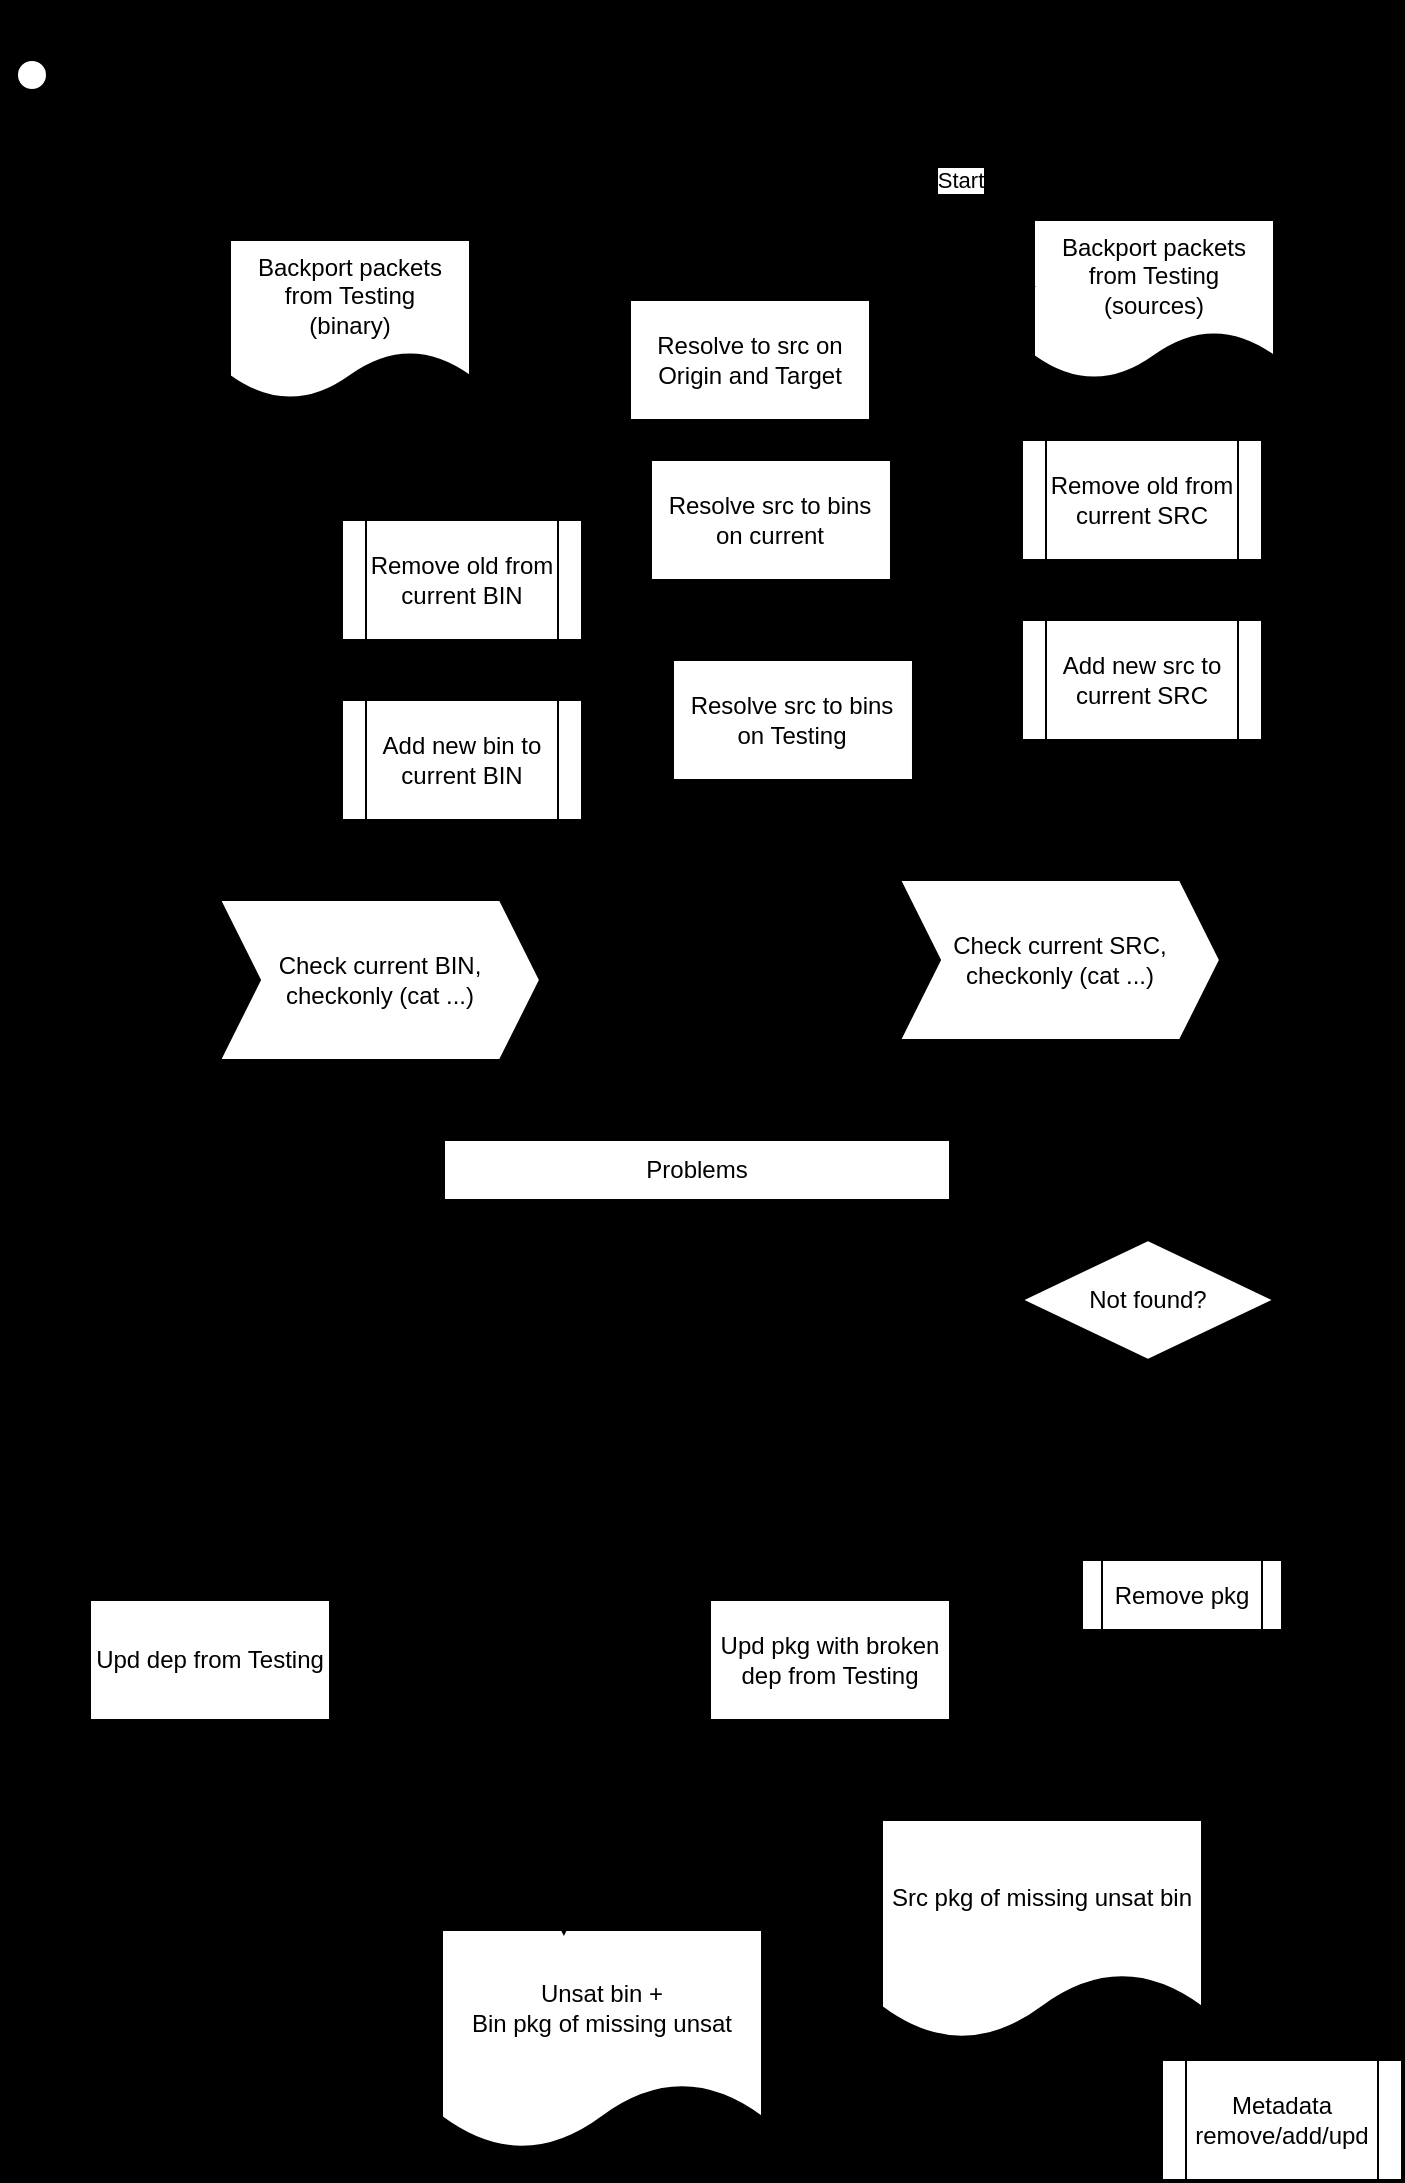
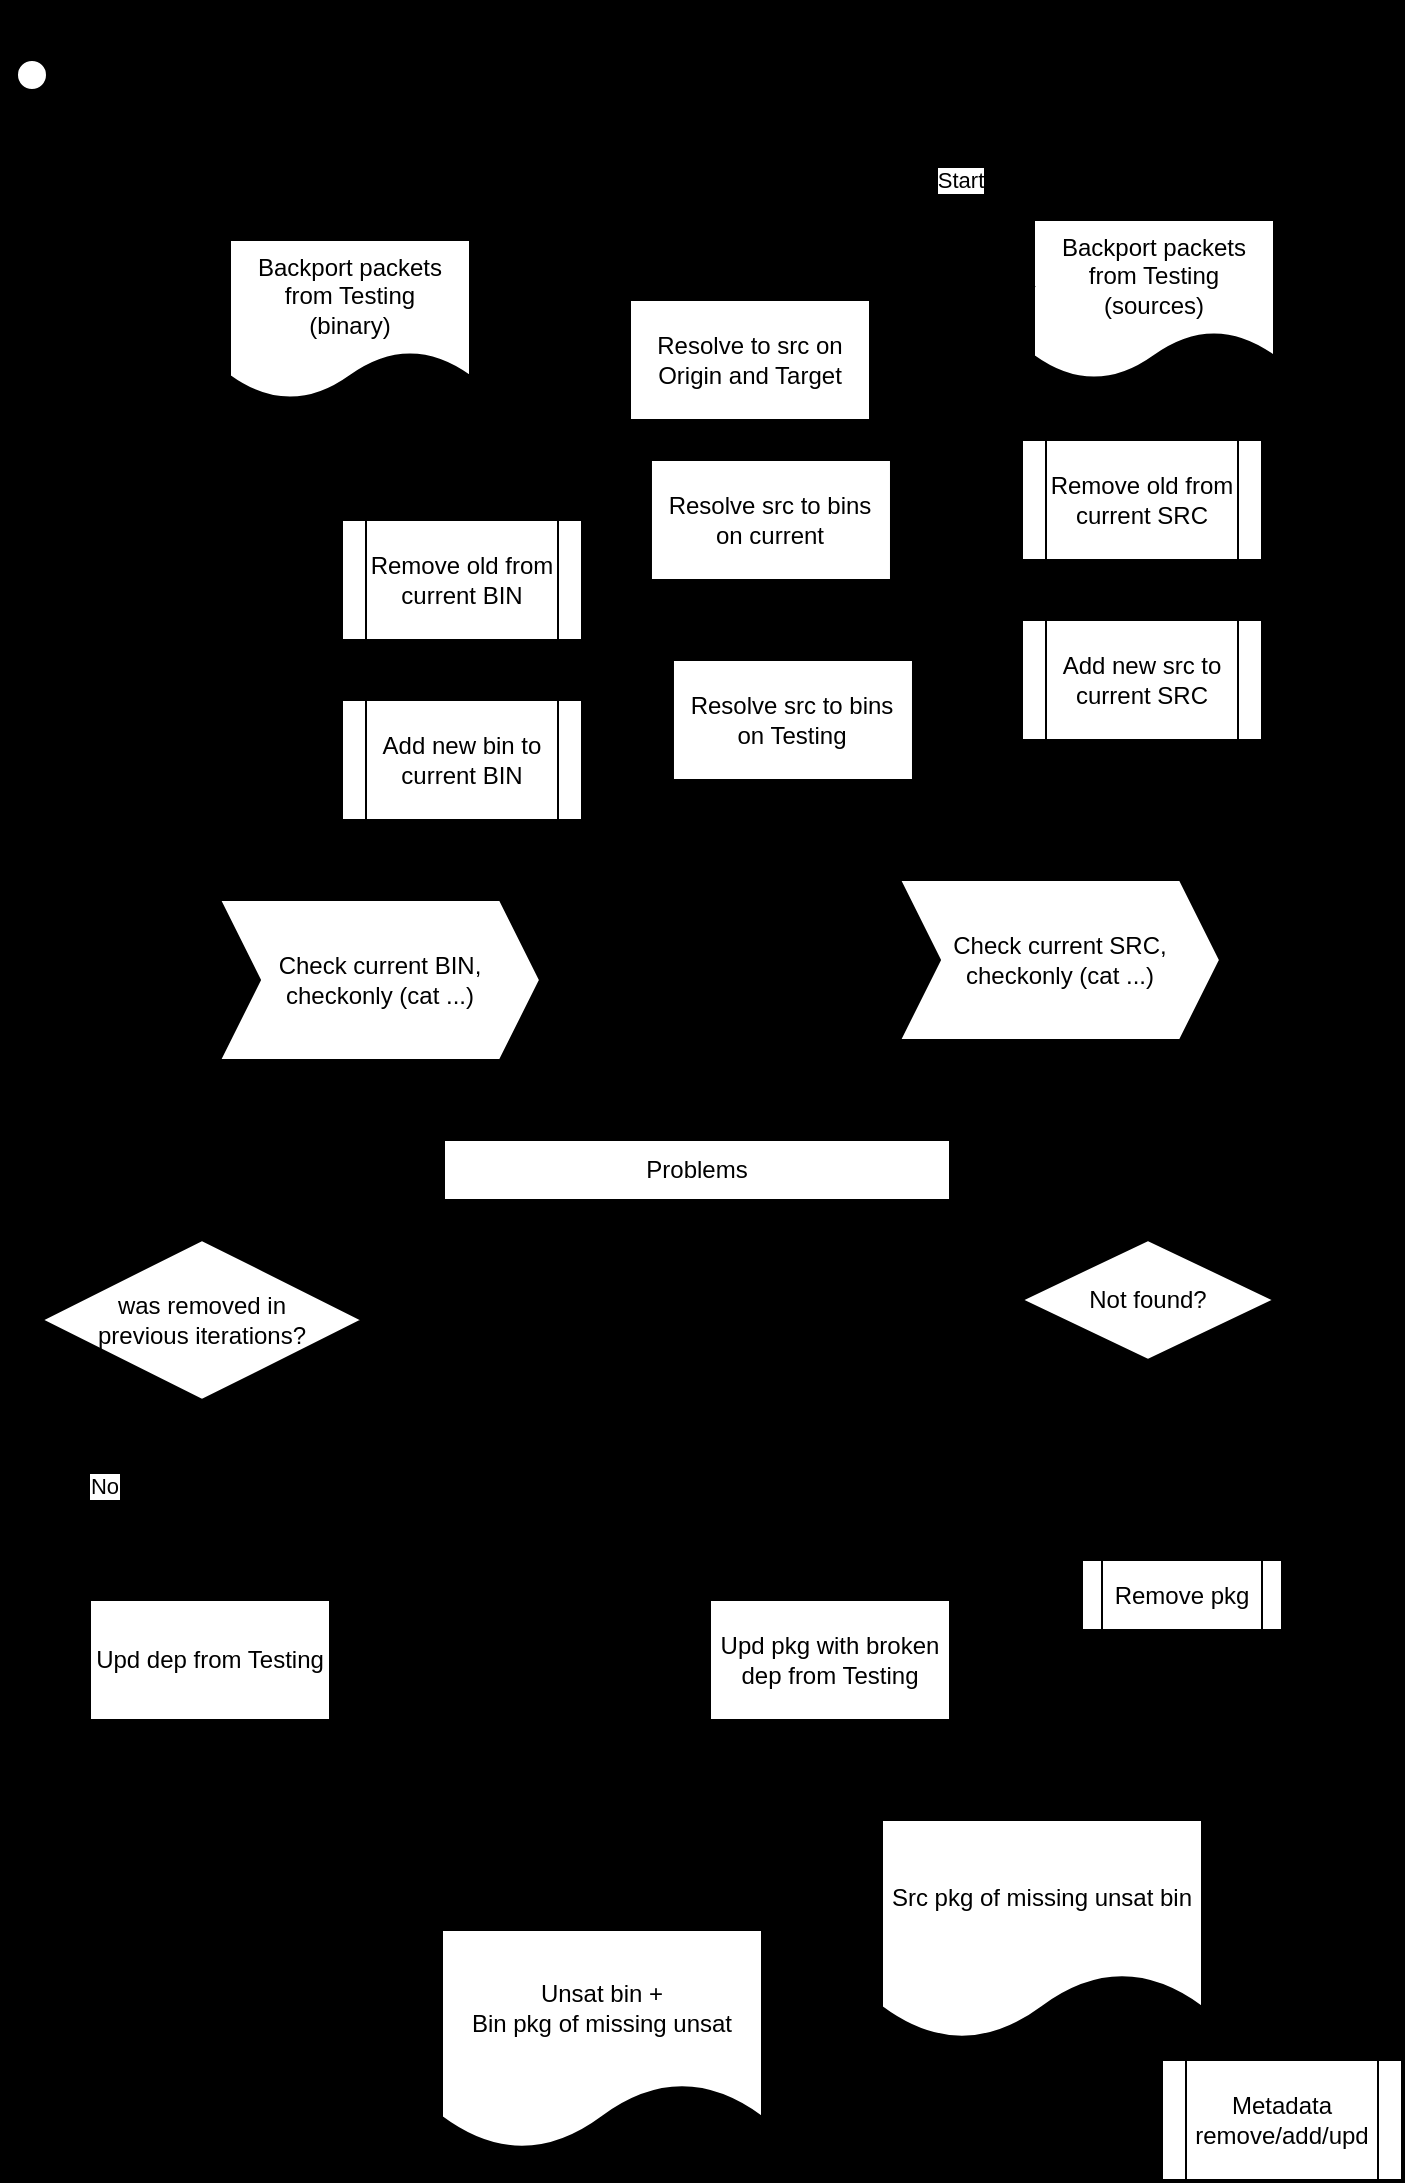
<mxfile host="Electron">
  <diagram id="C5RBs43oDa-KdzZeNtuy" name="Page-1">
-     <mxGraphModel dx="628" dy="374" grid="1" gridSize="10" guides="1" tooltips="1" connect="1" arrows="1" fold="1" page="1" pageScale="1" pageWidth="827" pageHeight="1169" background="light-dark(#000000,#000000)" math="0" shadow="0">
+     <mxGraphModel dx="1088" dy="649" grid="1" gridSize="10" guides="1" tooltips="1" connect="1" arrows="1" fold="1" page="1" pageScale="1" pageWidth="827" pageHeight="1169" background="light-dark(#000000,#000000)" math="0" shadow="0">
      <root>
        <mxCell id="WIyWlLk6GJQsqaUBKTNV-0" />
        <mxCell id="WIyWlLk6GJQsqaUBKTNV-1" parent="WIyWlLk6GJQsqaUBKTNV-0" />
        <mxCell id="BYnsBLyXqSKAvp99Cp04-5" edge="1" parent="WIyWlLk6GJQsqaUBKTNV-1" source="BYnsBLyXqSKAvp99Cp04-3" style="edgeStyle=orthogonalEdgeStyle;rounded=0;orthogonalLoop=1;jettySize=auto;html=1;entryX=1;entryY=0.5;entryDx=0;entryDy=0;labelBackgroundColor=none;fontColor=default;" target="jdkO46tf3qpjO2ybV3Zm-16">
          <mxGeometry relative="1" as="geometry">
            <Array as="points">
              <mxPoint x="700" y="180" />
              <mxPoint x="700" y="370" />
            </Array>
          </mxGeometry>
        </mxCell>
        <mxCell id="BYnsBLyXqSKAvp99Cp04-6" edge="1" parent="WIyWlLk6GJQsqaUBKTNV-1" source="BYnsBLyXqSKAvp99Cp04-3" style="edgeStyle=orthogonalEdgeStyle;rounded=0;orthogonalLoop=1;jettySize=auto;html=1;entryX=0.5;entryY=0;entryDx=0;entryDy=0;labelBackgroundColor=none;fontColor=default;" target="jdkO46tf3qpjO2ybV3Zm-5">
          <mxGeometry relative="1" as="geometry" />
        </mxCell>
        <mxCell id="BYnsBLyXqSKAvp99Cp04-3" parent="WIyWlLk6GJQsqaUBKTNV-1" style="shape=document;whiteSpace=wrap;html=1;boundedLbl=1;labelBackgroundColor=none;" value="Backport packets from Testing&lt;br&gt;(sources)" vertex="1">
          <mxGeometry height="80" width="120" x="566" y="140" as="geometry" />
        </mxCell>
        <mxCell id="jdkO46tf3qpjO2ybV3Zm-0" parent="WIyWlLk6GJQsqaUBKTNV-1" style="shape=umlActor;verticalLabelPosition=bottom;verticalAlign=top;html=1;outlineConnect=0;labelBackgroundColor=none;" value="Actor" vertex="1">
          <mxGeometry height="60" width="30" x="50" y="60" as="geometry" />
        </mxCell>
        <mxCell id="jdkO46tf3qpjO2ybV3Zm-3" edge="1" parent="WIyWlLk6GJQsqaUBKTNV-1" source="jdkO46tf3qpjO2ybV3Zm-1" style="edgeStyle=orthogonalEdgeStyle;rounded=0;orthogonalLoop=1;jettySize=auto;html=1;entryX=0;entryY=0.5;entryDx=0;entryDy=0;labelBackgroundColor=none;fontColor=default;" target="jdkO46tf3qpjO2ybV3Zm-2">
          <mxGeometry relative="1" as="geometry" />
        </mxCell>
        <mxCell id="4IcmTThSWF4IWx9KLtXi-7" edge="1" parent="WIyWlLk6GJQsqaUBKTNV-1" source="jdkO46tf3qpjO2ybV3Zm-1" style="edgeStyle=orthogonalEdgeStyle;rounded=0;orthogonalLoop=1;jettySize=auto;html=1;entryX=0;entryY=0.5;entryDx=0;entryDy=0;labelBackgroundColor=none;fontColor=default;" target="jdkO46tf3qpjO2ybV3Zm-13">
          <mxGeometry relative="1" as="geometry">
            <Array as="points">
              <mxPoint x="170" y="305" />
              <mxPoint x="200" y="305" />
              <mxPoint x="200" y="410" />
            </Array>
          </mxGeometry>
        </mxCell>
        <mxCell id="jdkO46tf3qpjO2ybV3Zm-1" parent="WIyWlLk6GJQsqaUBKTNV-1" style="shape=document;whiteSpace=wrap;html=1;boundedLbl=1;labelBackgroundColor=none;" value="Backport packets from Testing&lt;br&gt;(binary)" vertex="1">
          <mxGeometry height="80" width="120" x="164" y="150" as="geometry" />
        </mxCell>
        <mxCell id="K2joIcQUg46PM5A2mCq8-2" edge="1" parent="WIyWlLk6GJQsqaUBKTNV-1" source="jdkO46tf3qpjO2ybV3Zm-2" style="edgeStyle=orthogonalEdgeStyle;rounded=0;orthogonalLoop=1;jettySize=auto;html=1;exitX=1;exitY=1;exitDx=0;exitDy=0;entryX=1;entryY=0.5;entryDx=0;entryDy=0;dashed=1;labelBackgroundColor=none;fontColor=default;" target="K2joIcQUg46PM5A2mCq8-0">
          <mxGeometry relative="1" as="geometry">
            <Array as="points">
              <mxPoint x="520" y="210" />
              <mxPoint x="520" y="285" />
              <mxPoint x="523" y="285" />
              <mxPoint x="523" y="370" />
            </Array>
          </mxGeometry>
        </mxCell>
        <mxCell id="jdkO46tf3qpjO2ybV3Zm-2" parent="WIyWlLk6GJQsqaUBKTNV-1" style="rounded=0;whiteSpace=wrap;html=1;labelBackgroundColor=none;" value="Resolve to src on Origin and Target" vertex="1">
          <mxGeometry height="60" width="120" x="364" y="180" as="geometry" />
        </mxCell>
        <mxCell id="jdkO46tf3qpjO2ybV3Zm-17" edge="1" parent="WIyWlLk6GJQsqaUBKTNV-1" source="jdkO46tf3qpjO2ybV3Zm-5" style="edgeStyle=orthogonalEdgeStyle;rounded=0;orthogonalLoop=1;jettySize=auto;html=1;entryX=0.5;entryY=0;entryDx=0;entryDy=0;labelBackgroundColor=none;fontColor=default;" target="jdkO46tf3qpjO2ybV3Zm-16">
          <mxGeometry relative="1" as="geometry" />
        </mxCell>
        <mxCell id="jdkO46tf3qpjO2ybV3Zm-5" parent="WIyWlLk6GJQsqaUBKTNV-1" style="shape=process;whiteSpace=wrap;html=1;backgroundOutline=1;labelBackgroundColor=none;" value="Remove old from current SRC" vertex="1">
          <mxGeometry height="60" width="120" x="560" y="250" as="geometry" />
        </mxCell>
        <mxCell id="jdkO46tf3qpjO2ybV3Zm-10" edge="1" parent="WIyWlLk6GJQsqaUBKTNV-1" source="jdkO46tf3qpjO2ybV3Zm-7" style="edgeStyle=orthogonalEdgeStyle;rounded=0;orthogonalLoop=1;jettySize=auto;html=1;entryX=0.5;entryY=0;entryDx=0;entryDy=0;exitX=0.5;exitY=1;exitDx=0;exitDy=0;labelBackgroundColor=none;fontColor=default;" target="jdkO46tf3qpjO2ybV3Zm-9">
          <mxGeometry relative="1" as="geometry" />
        </mxCell>
        <mxCell id="jdkO46tf3qpjO2ybV3Zm-7" parent="WIyWlLk6GJQsqaUBKTNV-1" style="rounded=0;whiteSpace=wrap;html=1;labelBackgroundColor=none;" value="Resolve src to bins on current" vertex="1">
          <mxGeometry height="60" width="120" x="374.49" y="260" as="geometry" />
        </mxCell>
        <mxCell id="jdkO46tf3qpjO2ybV3Zm-8" edge="1" parent="WIyWlLk6GJQsqaUBKTNV-1" source="jdkO46tf3qpjO2ybV3Zm-2" style="edgeStyle=orthogonalEdgeStyle;rounded=0;orthogonalLoop=1;jettySize=auto;html=1;exitX=0.75;exitY=1;exitDx=0;exitDy=0;entryX=0.582;entryY=0;entryDx=0;entryDy=0;entryPerimeter=0;labelBackgroundColor=none;fontColor=default;" target="jdkO46tf3qpjO2ybV3Zm-7">
          <mxGeometry relative="1" as="geometry" />
        </mxCell>
        <mxCell id="jdkO46tf3qpjO2ybV3Zm-14" edge="1" parent="WIyWlLk6GJQsqaUBKTNV-1" source="jdkO46tf3qpjO2ybV3Zm-9" style="edgeStyle=orthogonalEdgeStyle;rounded=0;orthogonalLoop=1;jettySize=auto;html=1;entryX=0.5;entryY=0;entryDx=0;entryDy=0;labelBackgroundColor=none;fontColor=default;" target="jdkO46tf3qpjO2ybV3Zm-13">
          <mxGeometry relative="1" as="geometry" />
        </mxCell>
        <mxCell id="jdkO46tf3qpjO2ybV3Zm-9" parent="WIyWlLk6GJQsqaUBKTNV-1" style="shape=process;whiteSpace=wrap;html=1;backgroundOutline=1;labelBackgroundColor=none;" value="Remove old from current BIN" vertex="1">
          <mxGeometry height="60" width="120" x="220" y="290" as="geometry" />
        </mxCell>
        <mxCell id="jdkO46tf3qpjO2ybV3Zm-49" edge="1" parent="WIyWlLk6GJQsqaUBKTNV-1" source="jdkO46tf3qpjO2ybV3Zm-11" style="edgeStyle=orthogonalEdgeStyle;rounded=0;orthogonalLoop=1;jettySize=auto;html=1;entryX=0.575;entryY=-0.027;entryDx=0;entryDy=0;entryPerimeter=0;labelBackgroundColor=none;fontColor=default;" target="jdkO46tf3qpjO2ybV3Zm-28">
          <mxGeometry relative="1" as="geometry">
            <mxPoint x="579" y="580" as="targetPoint" />
          </mxGeometry>
        </mxCell>
        <mxCell id="jdkO46tf3qpjO2ybV3Zm-11" parent="WIyWlLk6GJQsqaUBKTNV-1" style="shape=step;perimeter=stepPerimeter;whiteSpace=wrap;html=1;fixedSize=1;labelBackgroundColor=none;" value="Check current SRC,&lt;br&gt;checkonly (cat ...)" vertex="1">
          <mxGeometry height="80" width="160" x="499" y="470" as="geometry" />
        </mxCell>
        <mxCell id="jdkO46tf3qpjO2ybV3Zm-36" edge="1" parent="WIyWlLk6GJQsqaUBKTNV-1" source="jdkO46tf3qpjO2ybV3Zm-12" style="edgeStyle=orthogonalEdgeStyle;rounded=0;orthogonalLoop=1;jettySize=auto;html=1;entryX=0.25;entryY=0;entryDx=0;entryDy=0;labelBackgroundColor=none;fontColor=default;" target="jdkO46tf3qpjO2ybV3Zm-28">
          <mxGeometry relative="1" as="geometry" />
        </mxCell>
        <mxCell id="jdkO46tf3qpjO2ybV3Zm-12" parent="WIyWlLk6GJQsqaUBKTNV-1" style="shape=step;perimeter=stepPerimeter;whiteSpace=wrap;html=1;fixedSize=1;labelBackgroundColor=none;" value="Check current BIN,&lt;br&gt;checkonly (cat ...)" vertex="1">
          <mxGeometry height="80" width="160" x="159" y="480" as="geometry" />
        </mxCell>
        <mxCell id="jdkO46tf3qpjO2ybV3Zm-19" edge="1" parent="WIyWlLk6GJQsqaUBKTNV-1" source="jdkO46tf3qpjO2ybV3Zm-13" style="edgeStyle=orthogonalEdgeStyle;rounded=0;orthogonalLoop=1;jettySize=auto;html=1;entryX=0.5;entryY=0;entryDx=0;entryDy=0;labelBackgroundColor=none;fontColor=default;" target="jdkO46tf3qpjO2ybV3Zm-12">
          <mxGeometry relative="1" as="geometry" />
        </mxCell>
        <mxCell id="jdkO46tf3qpjO2ybV3Zm-13" parent="WIyWlLk6GJQsqaUBKTNV-1" style="shape=process;whiteSpace=wrap;html=1;backgroundOutline=1;labelBackgroundColor=none;" value="Add new bin to current BIN" vertex="1">
          <mxGeometry height="60" width="120" x="220" y="380" as="geometry" />
        </mxCell>
        <mxCell id="jdkO46tf3qpjO2ybV3Zm-20" edge="1" parent="WIyWlLk6GJQsqaUBKTNV-1" source="jdkO46tf3qpjO2ybV3Zm-16" style="edgeStyle=orthogonalEdgeStyle;rounded=0;orthogonalLoop=1;jettySize=auto;html=1;labelBackgroundColor=none;fontColor=default;" target="jdkO46tf3qpjO2ybV3Zm-11">
          <mxGeometry relative="1" as="geometry" />
        </mxCell>
        <mxCell id="jdkO46tf3qpjO2ybV3Zm-16" parent="WIyWlLk6GJQsqaUBKTNV-1" style="shape=process;whiteSpace=wrap;html=1;backgroundOutline=1;labelBackgroundColor=none;" value="Add new src to current SRC" vertex="1">
          <mxGeometry height="60" width="120" x="560" y="340" as="geometry" />
        </mxCell>
        <mxCell id="jdkO46tf3qpjO2ybV3Zm-28" parent="WIyWlLk6GJQsqaUBKTNV-1" style="swimlane;fontStyle=0;childLayout=stackLayout;horizontal=1;startSize=30;horizontalStack=0;resizeParent=1;resizeParentMax=0;resizeLast=0;collapsible=1;marginBottom=0;whiteSpace=wrap;html=1;labelBackgroundColor=none;" value="Problems" vertex="1">
          <mxGeometry height="120" width="253" x="271" y="600" as="geometry">
            <mxRectangle height="30" width="90" x="500" y="830" as="alternateBounds" />
          </mxGeometry>
        </mxCell>
        <mxCell id="jdkO46tf3qpjO2ybV3Zm-29" parent="jdkO46tf3qpjO2ybV3Zm-28" style="text;fillColor=none;align=left;verticalAlign=middle;spacingLeft=4;spacingRight=4;overflow=hidden;points=[[0,0.5],[1,0.5]];portConstraint=eastwest;rotatable=0;whiteSpace=wrap;html=1;labelBackgroundColor=none;" value="Testing pkg requires a new dep" vertex="1">
          <mxGeometry height="30" width="253" y="30" as="geometry" />
        </mxCell>
        <mxCell id="jdkO46tf3qpjO2ybV3Zm-30" parent="jdkO46tf3qpjO2ybV3Zm-28" style="text;fillColor=none;align=left;verticalAlign=middle;spacingLeft=4;spacingRight=4;overflow=hidden;points=[[0,0.5],[1,0.5]];portConstraint=eastwest;rotatable=0;whiteSpace=wrap;html=1;labelBackgroundColor=none;" value="Stable pkg requires dep&amp;nbsp; (&amp;lt;= version)" vertex="1">
          <mxGeometry height="30" width="253" y="60" as="geometry" />
        </mxCell>
        <mxCell id="BYnsBLyXqSKAvp99Cp04-0" parent="jdkO46tf3qpjO2ybV3Zm-28" style="text;fillColor=none;align=left;verticalAlign=middle;spacingLeft=4;spacingRight=4;overflow=hidden;points=[[0,0.5],[1,0.5]];portConstraint=eastwest;rotatable=0;whiteSpace=wrap;html=1;labelBackgroundColor=none;" value="Pkg dependent on ABI deps" vertex="1">
          <mxGeometry height="30" width="253" y="90" as="geometry" />
        </mxCell>
        <mxCell id="jdkO46tf3qpjO2ybV3Zm-53" edge="1" parent="WIyWlLk6GJQsqaUBKTNV-1" source="jdkO46tf3qpjO2ybV3Zm-33" style="edgeStyle=orthogonalEdgeStyle;rounded=0;orthogonalLoop=1;jettySize=auto;html=1;entryX=0.25;entryY=0;entryDx=0;entryDy=0;labelBackgroundColor=none;fontColor=default;" target="jdkO46tf3qpjO2ybV3Zm-35">
          <mxGeometry relative="1" as="geometry" />
        </mxCell>
        <mxCell id="jdkO46tf3qpjO2ybV3Zm-33" parent="WIyWlLk6GJQsqaUBKTNV-1" style="rounded=0;whiteSpace=wrap;html=1;labelBackgroundColor=none;" value="Upd dep from Testing" vertex="1">
          <mxGeometry height="60" width="120" x="94" y="830" as="geometry" />
        </mxCell>
-         <mxCell id="jdkO46tf3qpjO2ybV3Zm-54" edge="1" parent="WIyWlLk6GJQsqaUBKTNV-1" source="jdkO46tf3qpjO2ybV3Zm-34" style="edgeStyle=orthogonalEdgeStyle;rounded=0;orthogonalLoop=1;jettySize=auto;html=1;entryX=0.5;entryY=0;entryDx=0;entryDy=0;labelBackgroundColor=none;fontColor=default;" target="jdkO46tf3qpjO2ybV3Zm-35">
+         <mxCell id="jdkO46tf3qpjO2ybV3Zm-54" edge="1" parent="WIyWlLk6GJQsqaUBKTNV-1" source="jdkO46tf3qpjO2ybV3Zm-34" style="edgeStyle=orthogonalEdgeStyle;rounded=0;orthogonalLoop=1;jettySize=auto;html=1;entryX=0.75;entryY=0;entryDx=0;entryDy=0;labelBackgroundColor=none;fontColor=default;" target="jdkO46tf3qpjO2ybV3Zm-35">
          <mxGeometry relative="1" as="geometry" />
        </mxCell>
        <mxCell id="jdkO46tf3qpjO2ybV3Zm-34" parent="WIyWlLk6GJQsqaUBKTNV-1" style="rounded=0;whiteSpace=wrap;html=1;labelBackgroundColor=none;" value="Upd pkg with broken dep from Testing" vertex="1">
          <mxGeometry height="60" width="120" x="404" y="830" as="geometry" />
        </mxCell>
        <mxCell id="jdkO46tf3qpjO2ybV3Zm-52" edge="1" parent="WIyWlLk6GJQsqaUBKTNV-1" source="jdkO46tf3qpjO2ybV3Zm-35" style="edgeStyle=orthogonalEdgeStyle;rounded=0;orthogonalLoop=1;jettySize=auto;html=1;curved=1;entryX=0;entryY=0.5;entryDx=0;entryDy=0;exitX=0;exitY=0.25;exitDx=0;exitDy=0;labelBackgroundColor=none;fontColor=default;" target="jdkO46tf3qpjO2ybV3Zm-1">
          <mxGeometry relative="1" as="geometry">
            <Array as="points">
              <mxPoint x="50" y="1038" />
              <mxPoint x="50" y="190" />
            </Array>
            <mxPoint x="70" y="190" as="targetPoint" />
          </mxGeometry>
        </mxCell>
        <mxCell id="jdkO46tf3qpjO2ybV3Zm-35" parent="WIyWlLk6GJQsqaUBKTNV-1" style="shape=document;whiteSpace=wrap;html=1;boundedLbl=1;labelBackgroundColor=none;" value="Unsat bin +&lt;br&gt;Bin pkg of missing unsat" vertex="1">
          <mxGeometry height="110" width="160" x="270" y="995" as="geometry" />
        </mxCell>
        <mxCell id="jdkO46tf3qpjO2ybV3Zm-37" parent="WIyWlLk6GJQsqaUBKTNV-1" style="text;html=1;whiteSpace=wrap;overflow=hidden;rounded=0;labelBackgroundColor=none;" value="&lt;h1 style=&quot;margin-top: 0px;&quot;&gt;Testing to Stable backport process&lt;/h1&gt;&lt;p&gt;Pre-dose (wanna-debian) is a small set of Python and Bash scripts designed for analyzing and backporting Debian packages from&amp;nbsp;&lt;span style=&quot;background-color: transparent; color: light-dark(rgb(0, 0, 0), rgb(255, 255, 255));&quot;&gt;newer releases (e.g., Sid) to older stable versions (e.g., Trixie or Bookworm).&lt;/span&gt;&lt;/p&gt;" vertex="1">
          <mxGeometry height="120" width="500" x="174" y="30" as="geometry" />
        </mxCell>
        <mxCell id="jdkO46tf3qpjO2ybV3Zm-44" edge="1" parent="WIyWlLk6GJQsqaUBKTNV-1" source="jdkO46tf3qpjO2ybV3Zm-30" style="edgeStyle=orthogonalEdgeStyle;rounded=0;orthogonalLoop=1;jettySize=auto;html=1;entryX=0.5;entryY=0;entryDx=0;entryDy=0;labelBackgroundColor=none;fontColor=default;" target="4IcmTThSWF4IWx9KLtXi-3">
          <mxGeometry relative="1" as="geometry">
            <mxPoint x="500" y="750" as="targetPoint" />
          </mxGeometry>
        </mxCell>
        <mxCell id="jdkO46tf3qpjO2ybV3Zm-61" parent="WIyWlLk6GJQsqaUBKTNV-1" style="shape=process;whiteSpace=wrap;html=1;backgroundOutline=1;labelBackgroundColor=none;" value="Remove pkg" vertex="1">
          <mxGeometry height="35" width="100" x="590" y="810" as="geometry" />
        </mxCell>
        <mxCell id="4IcmTThSWF4IWx9KLtXi-4" edge="1" parent="WIyWlLk6GJQsqaUBKTNV-1" source="4IcmTThSWF4IWx9KLtXi-3" style="edgeStyle=orthogonalEdgeStyle;rounded=0;orthogonalLoop=1;jettySize=auto;html=1;exitX=1;exitY=0.5;exitDx=0;exitDy=0;entryX=0.5;entryY=0;entryDx=0;entryDy=0;labelBackgroundColor=none;fontColor=default;" target="jdkO46tf3qpjO2ybV3Zm-61">
          <mxGeometry relative="1" as="geometry" />
        </mxCell>
        <mxCell id="4IcmTThSWF4IWx9KLtXi-5" connectable="0" parent="4IcmTThSWF4IWx9KLtXi-4" style="edgeLabel;html=1;align=center;verticalAlign=middle;resizable=0;points=[];labelBackgroundColor=none;" value="No" vertex="1">
          <mxGeometry relative="1" x="-0.3169" y="1" as="geometry">
            <mxPoint as="offset" />
          </mxGeometry>
        </mxCell>
        <mxCell id="4IcmTThSWF4IWx9KLtXi-6" edge="1" parent="WIyWlLk6GJQsqaUBKTNV-1" source="4IcmTThSWF4IWx9KLtXi-3" style="edgeStyle=orthogonalEdgeStyle;rounded=0;orthogonalLoop=1;jettySize=auto;html=1;exitX=0.5;exitY=1;exitDx=0;exitDy=0;entryX=0.5;entryY=0;entryDx=0;entryDy=0;labelBackgroundColor=none;fontColor=default;" target="jdkO46tf3qpjO2ybV3Zm-34">
          <mxGeometry relative="1" as="geometry" />
        </mxCell>
        <mxCell id="4IcmTThSWF4IWx9KLtXi-3" parent="WIyWlLk6GJQsqaUBKTNV-1" style="rhombus;whiteSpace=wrap;html=1;labelBackgroundColor=none;" value="Not found?" vertex="1">
          <mxGeometry height="60" width="126" x="560" y="650" as="geometry" />
        </mxCell>
        <mxCell id="4IcmTThSWF4IWx9KLtXi-9" parent="WIyWlLk6GJQsqaUBKTNV-1" style="shape=process;whiteSpace=wrap;html=1;backgroundOutline=1;labelBackgroundColor=none;" value="Metadata remove/add/upd" vertex="1">
          <mxGeometry height="60" width="120" x="630" y="1060" as="geometry" />
        </mxCell>
        <mxCell id="K2joIcQUg46PM5A2mCq8-1" edge="1" parent="WIyWlLk6GJQsqaUBKTNV-1" source="K2joIcQUg46PM5A2mCq8-0" style="edgeStyle=orthogonalEdgeStyle;rounded=0;orthogonalLoop=1;jettySize=auto;html=1;entryX=1;entryY=0.5;entryDx=0;entryDy=0;dashed=1;labelBackgroundColor=none;fontColor=default;" target="jdkO46tf3qpjO2ybV3Zm-13">
          <mxGeometry relative="1" as="geometry" />
        </mxCell>
        <mxCell id="UBrdKMySqU7-3HxLgvty-1" connectable="0" parent="K2joIcQUg46PM5A2mCq8-1" style="edgeLabel;html=1;align=center;verticalAlign=middle;resizable=0;points=[];labelBackgroundColor=none;" value="All bin" vertex="1">
          <mxGeometry relative="1" x="-0.0159" y="3" as="geometry">
            <mxPoint as="offset" />
          </mxGeometry>
        </mxCell>
        <mxCell id="K2joIcQUg46PM5A2mCq8-0" parent="WIyWlLk6GJQsqaUBKTNV-1" style="rounded=0;whiteSpace=wrap;html=1;labelBackgroundColor=none;" value="Resolve src to bins on Testing" vertex="1">
          <mxGeometry height="60" width="120" x="385.49" y="360" as="geometry" />
        </mxCell>
        <mxCell id="cQBACjruvvWsz2pfgvWL-0" edge="1" parent="WIyWlLk6GJQsqaUBKTNV-1" source="jdkO46tf3qpjO2ybV3Zm-1" style="edgeStyle=orthogonalEdgeStyle;rounded=0;orthogonalLoop=1;jettySize=auto;html=1;entryX=0;entryY=0.667;entryDx=0;entryDy=0;entryPerimeter=0;labelBackgroundColor=none;fontColor=default;" target="jdkO46tf3qpjO2ybV3Zm-9">
          <mxGeometry relative="1" as="geometry">
            <Array as="points">
              <mxPoint x="224" y="260" />
              <mxPoint x="210" y="260" />
              <mxPoint x="210" y="330" />
            </Array>
          </mxGeometry>
        </mxCell>
-         <mxCell id="agVh6EhSCwiN8bkbG3hr-0" edge="1" parent="WIyWlLk6GJQsqaUBKTNV-1" source="jdkO46tf3qpjO2ybV3Zm-29" style="edgeStyle=orthogonalEdgeStyle;rounded=0;orthogonalLoop=1;jettySize=auto;html=1;entryX=0.5;entryY=0;entryDx=0;entryDy=0;labelBackgroundColor=none;fontColor=default;" target="jdkO46tf3qpjO2ybV3Zm-33">
-           <mxGeometry relative="1" as="geometry" />
-         </mxCell>
-         <mxCell id="BYnsBLyXqSKAvp99Cp04-2" edge="1" parent="WIyWlLk6GJQsqaUBKTNV-1" source="BYnsBLyXqSKAvp99Cp04-0" style="edgeStyle=orthogonalEdgeStyle;rounded=0;orthogonalLoop=1;jettySize=auto;html=1;entryX=0.381;entryY=0.027;entryDx=0;entryDy=0;entryPerimeter=0;labelBackgroundColor=none;fontColor=default;" target="jdkO46tf3qpjO2ybV3Zm-35">
+         <mxCell id="BYnsBLyXqSKAvp99Cp04-2" edge="1" parent="WIyWlLk6GJQsqaUBKTNV-1" source="BYnsBLyXqSKAvp99Cp04-0" style="edgeStyle=orthogonalEdgeStyle;rounded=0;orthogonalLoop=1;jettySize=auto;html=1;labelBackgroundColor=none;fontColor=default;entryX=0.5;entryY=0;entryDx=0;entryDy=0;" target="jdkO46tf3qpjO2ybV3Zm-35">
          <mxGeometry relative="1" as="geometry">
            <Array as="points">
              <mxPoint x="251" y="705" />
              <mxPoint x="251" y="830" />
              <mxPoint x="331" y="830" />
-             </Array>
-             <mxPoint x="240" y="777.5" as="targetPoint" />
+               <mxPoint x="331" y="960" />
+               <mxPoint x="350" y="960" />
+             </Array>
+             <mxPoint x="340" y="980" as="targetPoint" />
          </mxGeometry>
        </mxCell>
        <mxCell id="BYnsBLyXqSKAvp99Cp04-10" connectable="0" parent="BYnsBLyXqSKAvp99Cp04-2" style="edgeLabel;html=1;align=center;verticalAlign=middle;resizable=0;points=[];labelBackgroundColor=none;" value="update bin" vertex="1">
          <mxGeometry relative="1" x="-0.4084" y="-2" as="geometry">
            <mxPoint as="offset" />
          </mxGeometry>
        </mxCell>
        <mxCell id="BYnsBLyXqSKAvp99Cp04-12" edge="1" parent="WIyWlLk6GJQsqaUBKTNV-1" source="BYnsBLyXqSKAvp99Cp04-7" style="edgeStyle=orthogonalEdgeStyle;rounded=0;orthogonalLoop=1;jettySize=auto;html=1;entryX=1;entryY=0.25;entryDx=0;entryDy=0;curved=1;exitX=1;exitY=0.25;exitDx=0;exitDy=0;labelBackgroundColor=none;fontColor=default;" target="BYnsBLyXqSKAvp99Cp04-3">
          <mxGeometry relative="1" as="geometry">
            <Array as="points">
              <mxPoint x="750" y="968" />
              <mxPoint x="750" y="160" />
            </Array>
          </mxGeometry>
        </mxCell>
        <mxCell id="BYnsBLyXqSKAvp99Cp04-7" parent="WIyWlLk6GJQsqaUBKTNV-1" style="shape=document;whiteSpace=wrap;html=1;boundedLbl=1;labelBackgroundColor=none;" value="Src pkg of missing unsat bin" vertex="1">
          <mxGeometry height="110" width="160" x="490" y="940" as="geometry" />
        </mxCell>
        <mxCell id="BYnsBLyXqSKAvp99Cp04-8" edge="1" parent="WIyWlLk6GJQsqaUBKTNV-1" source="BYnsBLyXqSKAvp99Cp04-0" style="edgeStyle=orthogonalEdgeStyle;rounded=0;orthogonalLoop=1;jettySize=auto;html=1;exitX=1;exitY=0.5;exitDx=0;exitDy=0;entryX=0.5;entryY=0;entryDx=0;entryDy=0;labelBackgroundColor=none;fontColor=default;" target="BYnsBLyXqSKAvp99Cp04-7">
          <mxGeometry relative="1" as="geometry" />
        </mxCell>
        <mxCell id="BYnsBLyXqSKAvp99Cp04-9" connectable="0" parent="BYnsBLyXqSKAvp99Cp04-8" style="edgeLabel;html=1;align=center;verticalAlign=middle;resizable=0;points=[];labelBackgroundColor=none;" value="update src" vertex="1">
          <mxGeometry relative="1" x="0.6146" y="-1" as="geometry">
            <mxPoint as="offset" />
          </mxGeometry>
        </mxCell>
        <mxCell id="6-P6QW3yzLwl90LSrPGA-1" edge="1" parent="WIyWlLk6GJQsqaUBKTNV-1" source="jdkO46tf3qpjO2ybV3Zm-2" style="edgeStyle=orthogonalEdgeStyle;rounded=0;orthogonalLoop=1;jettySize=auto;html=1;entryX=0.008;entryY=0.417;entryDx=0;entryDy=0;entryPerimeter=0;" target="BYnsBLyXqSKAvp99Cp04-3">
          <mxGeometry relative="1" as="geometry" />
        </mxCell>
        <mxCell id="6-P6QW3yzLwl90LSrPGA-2" edge="1" parent="WIyWlLk6GJQsqaUBKTNV-1" source="jdkO46tf3qpjO2ybV3Zm-1" style="edgeStyle=orthogonalEdgeStyle;rounded=0;orthogonalLoop=1;jettySize=auto;html=1;exitX=1;exitY=0.25;exitDx=0;exitDy=0;entryX=0.75;entryY=0;entryDx=0;entryDy=0;" target="BYnsBLyXqSKAvp99Cp04-3">
          <mxGeometry relative="1" as="geometry" />
        </mxCell>
        <mxCell id="6-P6QW3yzLwl90LSrPGA-3" connectable="0" parent="6-P6QW3yzLwl90LSrPGA-2" style="edgeLabel;html=1;align=center;verticalAlign=middle;resizable=0;points=[];" value="Start" vertex="1">
          <mxGeometry relative="1" x="0.3353" as="geometry">
            <mxPoint as="offset" />
          </mxGeometry>
+         </mxCell>
+         <mxCell id="aUA3DVTS_mz-A4sKpoZ1-4" edge="1" parent="WIyWlLk6GJQsqaUBKTNV-1" source="aUA3DVTS_mz-A4sKpoZ1-1" style="edgeStyle=orthogonalEdgeStyle;rounded=0;orthogonalLoop=1;jettySize=auto;html=1;exitX=0.5;exitY=1;exitDx=0;exitDy=0;">
+           <mxGeometry relative="1" as="geometry">
+             <Array as="points">
+               <mxPoint x="150" y="750" />
+               <mxPoint x="240" y="750" />
+               <mxPoint x="240" y="680" />
+             </Array>
+             <mxPoint x="270" y="680" as="targetPoint" />
+           </mxGeometry>
+         </mxCell>
+         <mxCell id="aUA3DVTS_mz-A4sKpoZ1-1" parent="WIyWlLk6GJQsqaUBKTNV-1" style="rhombus;whiteSpace=wrap;html=1;labelBackgroundColor=none;" value="was removed in&lt;br&gt;previous iterations?" vertex="1">
+           <mxGeometry height="80" width="160" x="70" y="650" as="geometry" />
+         </mxCell>
+         <mxCell id="aUA3DVTS_mz-A4sKpoZ1-2" edge="1" parent="WIyWlLk6GJQsqaUBKTNV-1" source="aUA3DVTS_mz-A4sKpoZ1-1" style="edgeStyle=orthogonalEdgeStyle;rounded=0;orthogonalLoop=1;jettySize=auto;html=1;exitX=0;exitY=0.5;exitDx=0;exitDy=0;entryX=0.581;entryY=-0.016;entryDx=0;entryDy=0;entryPerimeter=0;" target="jdkO46tf3qpjO2ybV3Zm-33">
+           <mxGeometry relative="1" as="geometry">
+             <Array as="points">
+               <mxPoint x="60" y="690" />
+               <mxPoint x="60" y="770" />
+               <mxPoint x="164" y="770" />
+             </Array>
+           </mxGeometry>
+         </mxCell>
+         <mxCell id="aUA3DVTS_mz-A4sKpoZ1-5" connectable="0" parent="aUA3DVTS_mz-A4sKpoZ1-2" style="edgeLabel;html=1;align=center;verticalAlign=middle;resizable=0;points=[];" value="No" vertex="1">
+           <mxGeometry relative="1" x="0.0324" y="-3" as="geometry">
+             <mxPoint as="offset" />
+           </mxGeometry>
+         </mxCell>
+         <mxCell id="aUA3DVTS_mz-A4sKpoZ1-3" edge="1" parent="WIyWlLk6GJQsqaUBKTNV-1" source="jdkO46tf3qpjO2ybV3Zm-29" style="edgeStyle=orthogonalEdgeStyle;rounded=0;orthogonalLoop=1;jettySize=auto;html=1;exitX=0;exitY=0.5;exitDx=0;exitDy=0;entryX=0.5;entryY=0;entryDx=0;entryDy=0;" target="aUA3DVTS_mz-A4sKpoZ1-1">
+           <mxGeometry relative="1" as="geometry" />
        </mxCell>
      </root>
    </mxGraphModel>
  </diagram>
</mxfile>
